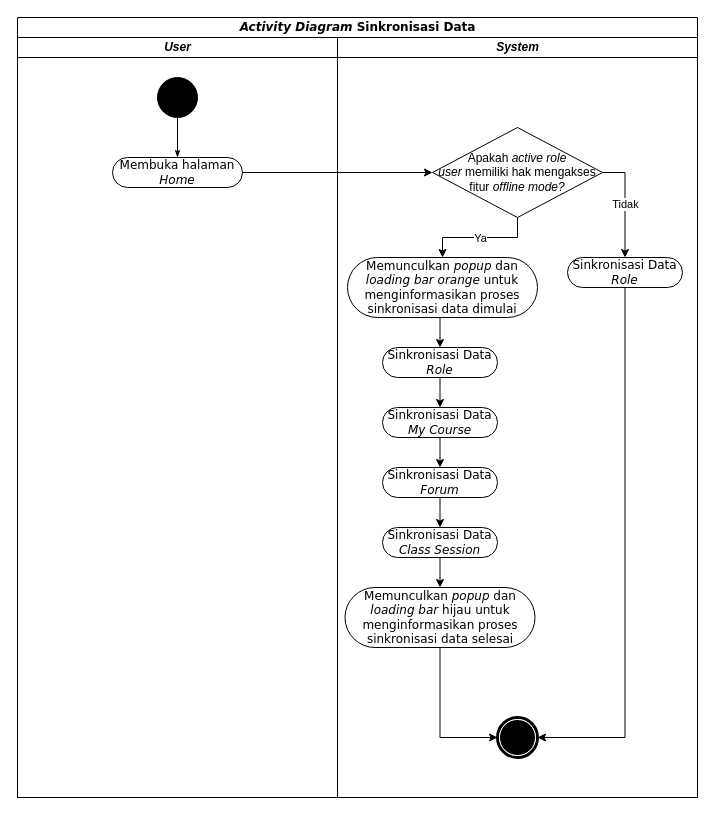
Before: diagrams/sinkronisasi_data/Activity Diagram.drawio in angeliawidjaja/offline-mode-paper, a draw.io diagram. Source tidied: cells renumbered, new cells numbered last; positions are measured from the earlier drawing's top-left corner, leaving out a move shared by most shapes. Both pictures are drawn from the tidied source at 100%, with x=0, y=0 at pixel (17, 17).
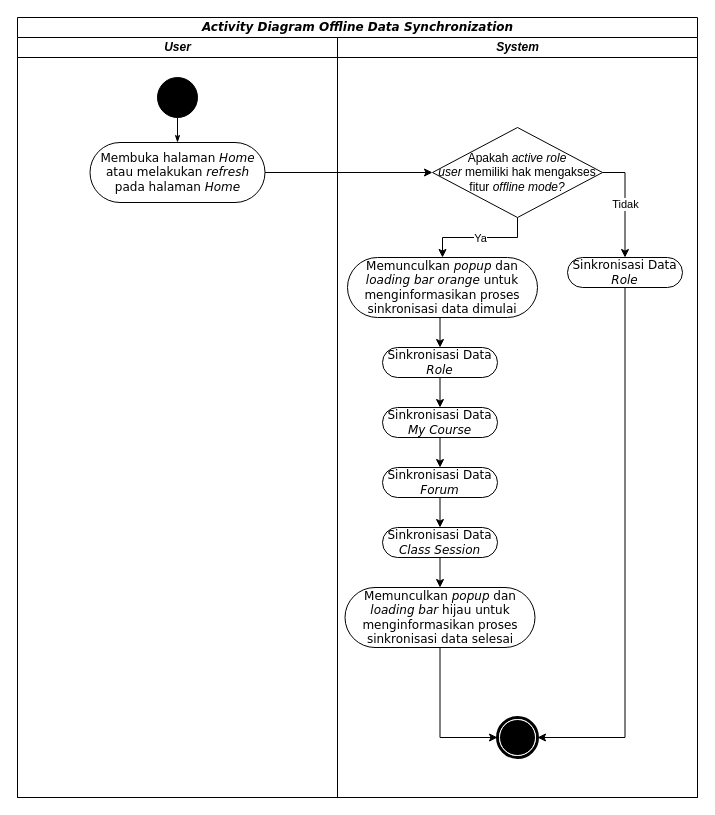
The same diagram, later.

Unchanged cells that the change refers to:
```xml
<mxCell id="3" value="&lt;i&gt;User&lt;/i&gt;" style="swimlane;html=1;startSize=20;" parent="2" vertex="1">
  <mxGeometry y="20" width="320" height="760" as="geometry" />
</mxCell>
<mxCell id="4" style="ellipse;whiteSpace=wrap;html=1;rounded=0;shadow=0;comic=0;labelBackgroundColor=none;strokeWidth=1;fillColor=#000000;fontFamily=Verdana;fontSize=12;align=center;" parent="3" vertex="1">
  <mxGeometry x="140" y="40" width="40" height="40" as="geometry" />
</mxCell>
<mxCell id="9" value="Apakah &lt;i&gt;active role user&lt;/i&gt;&amp;nbsp;memiliki hak mengakses fitur &lt;i&gt;offline mode?&lt;/i&gt;" style="rhombus;whiteSpace=wrap;html=1;" parent="7" vertex="1">
  <mxGeometry x="95" y="90" width="170" height="90" as="geometry" />
</mxCell>
```

What changed in the source:
```diff
@@
-    <mxCell id="2" value="&lt;i&gt;Activity Diagram&lt;/i&gt; Sinkronisasi Data" style="swimlane;html=1;startSize=20;rounded=0;shadow=0;comic=0;labelBackgroundColor=none;strokeWidth=1;fontFamily=Verdana;fontSize=12;align=center;" parent="1" vertex="1">
+    <mxCell id="2" value="&lt;i&gt;Activity Diagram&lt;/i&gt;&amp;nbsp;&lt;i&gt;Offline Data Synchronization&lt;/i&gt;" style="swimlane;html=1;startSize=20;rounded=0;shadow=0;comic=0;labelBackgroundColor=none;strokeWidth=1;fontFamily=Verdana;fontSize=12;align=center;" parent="1" vertex="1">
       <mxGeometry width="680" height="780" as="geometry" />
     </mxCell>
@@
-    <mxCell id="5" value="Membuka halaman &lt;i&gt;Home&lt;/i&gt;" style="rounded=1;whiteSpace=wrap;html=1;shadow=0;comic=0;labelBackgroundColor=none;strokeWidth=1;fontFamily=Verdana;fontSize=12;align=center;arcSize=50;" parent="3" vertex="1">
-      <mxGeometry x="95" y="120" width="130" height="30" as="geometry" />
+    <mxCell id="5" value="Membuka halaman &lt;i&gt;Home &lt;/i&gt;atau melakukan &lt;i&gt;refresh &lt;/i&gt;pada halaman &lt;i&gt;Home&lt;/i&gt;" style="rounded=1;whiteSpace=wrap;html=1;shadow=0;comic=0;labelBackgroundColor=none;strokeWidth=1;fontFamily=Verdana;fontSize=12;align=center;arcSize=50;" parent="3" vertex="1">
+      <mxGeometry x="72.5" y="105" width="175" height="60" as="geometry" />
     </mxCell>
-    <mxCell id="6" style="edgeStyle=orthogonalEdgeStyle;rounded=0;html=1;labelBackgroundColor=none;startArrow=none;startFill=0;startSize=5;endArrow=classicThin;endFill=1;endSize=5;jettySize=auto;strokeWidth=1;fontFamily=Verdana;fontSize=12;" parent="3" edge="1" source="4" target="5">
+    <mxCell id="6" style="rounded=0;html=1;labelBackgroundColor=none;startArrow=none;startFill=0;startSize=5;endArrow=classicThin;endFill=1;endSize=5;jettySize=auto;strokeWidth=1;fontFamily=Verdana;fontSize=12;" parent="3" edge="1" source="4" target="5">
       <mxGeometry relative="1" as="geometry" />
     </mxCell>
@@
-    <mxCell id="28" style="edgeStyle=orthogonalEdgeStyle;rounded=0;jettySize=auto;html=1;exitX=1;exitY=0.5;exitDx=0;exitDy=0;" parent="2" edge="1" source="5" target="9">
+    <mxCell id="28" style="rounded=0;jettySize=auto;html=1;exitX=1;exitY=0.5;exitDx=0;exitDy=0;" parent="2" edge="1" source="5" target="9">
       <mxGeometry relative="1" as="geometry" />
     </mxCell>
```
